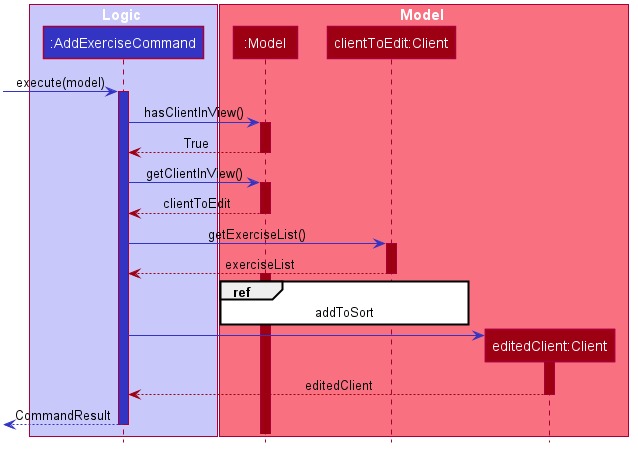
Before: images/AddExerciseCommandSequenceDiagram.png, a diagram exported from PlantUML (AY1920S2-CS2103T-F11-2/main).
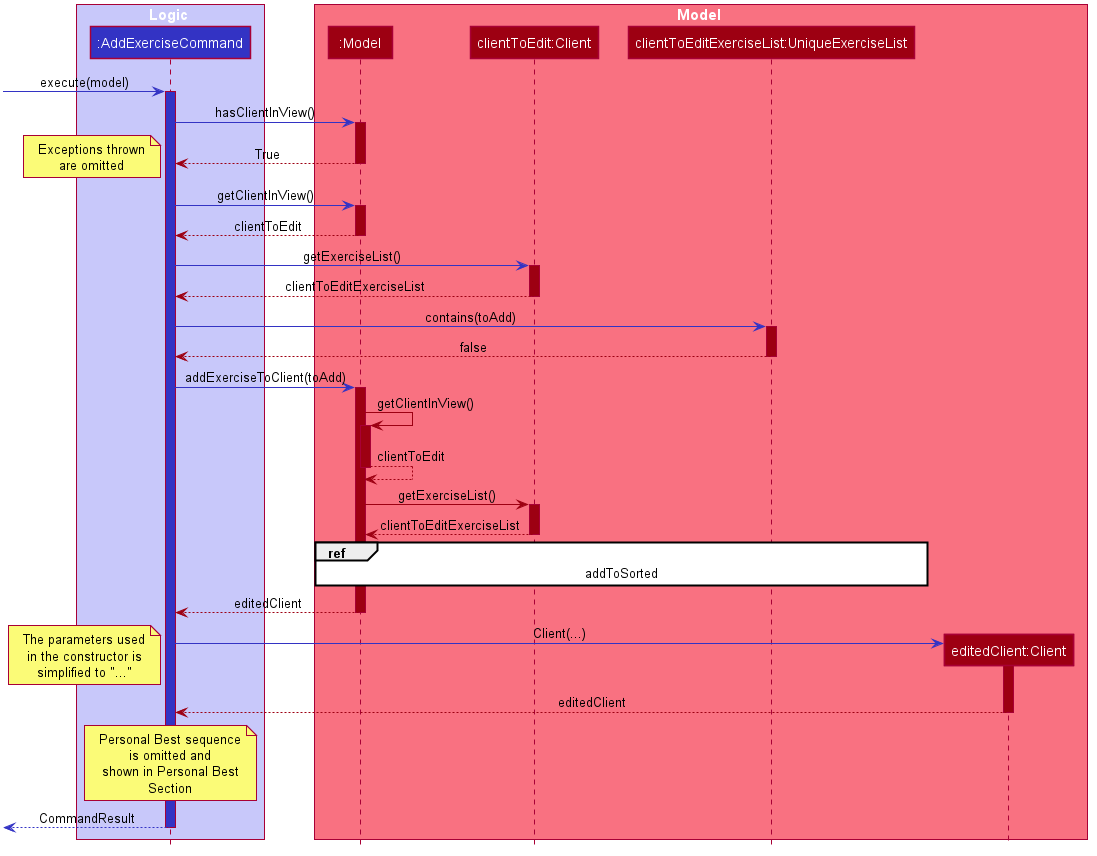
Above is the later version.

Change to the diagram source:
```diff
@@ -55,6 +55,7 @@
 box Model #F97181
     Participant ":Model" as model #9D0012
     Participant "clientToEdit:Client" as client #9D0012
+    Participant "clientToEditExerciseList:UniqueExerciseList" as UniqueExerciseList #9D0012
     Participant "editedClient:Client" as client2 #9D0012
 end box
 
@@ -66,6 +67,10 @@
 activate model #9D0012
 model --[#9D0012]> AddExerciseCommand : True
 deactivate model
+note left
+Exceptions thrown
+are omitted
+end note
 
 AddExerciseCommand -[#3333C4]> model : getClientInView()
 activate model #9D0012
@@ -74,20 +79,51 @@
 
 AddExerciseCommand -[#3333C4]> client : getExerciseList()
 activate client #9D0012
-AddExerciseCommand <[#9D0012]-- client : exerciseList
+AddExerciseCommand <[#9D0012]-- client : clientToEditExerciseList
 deactivate client
 
+AddExerciseCommand -[#3333C4]> UniqueExerciseList : contains(toAdd)
+activate UniqueExerciseList #9D0012
+AddExerciseCommand <[#9D0012]-- UniqueExerciseList : false
+deactivate UniqueExerciseList
+
+AddExerciseCommand -[#3333C4]> model : addExerciseToClient(toAdd)
 activate model #9D0012
-ref over model, client
-    addToSort
+
+model -[#9D0012]> model : getClientInView()
+activate model #9D0012
+model --[#9D0012]> model : clientToEdit
+deactivate model
+model -[#9D0012]> client : getExerciseList()
+activate client #9D0012
+model <[#9D0012]-- client : clientToEditExerciseList
+deactivate client
+
+ref over model, UniqueExerciseList
+    addToSorted
 end ref
 
-AddExerciseCommand -[#3333C4]> client2 **
+model -[#9D0012]-> AddExerciseCommand : editedClient
+deactivate model
+
+AddExerciseCommand -[#3333C4]> client2 ** : Client(...)
+note left
+The parameters used
+in the constructor is
+simplified to "..."
+end note
 activate client2 #9D0012
 
 client2 --[#9D0012]> AddExerciseCommand : editedClient
 deactivate client2
 
+note over AddExerciseCommand
+Personal Best sequence
+is omitted and
+shown in Personal Best
+Section
+end note
+
 [<[#3333C4]-- AddExerciseCommand : CommandResult
 deactivate AddExerciseCommand
 
```
